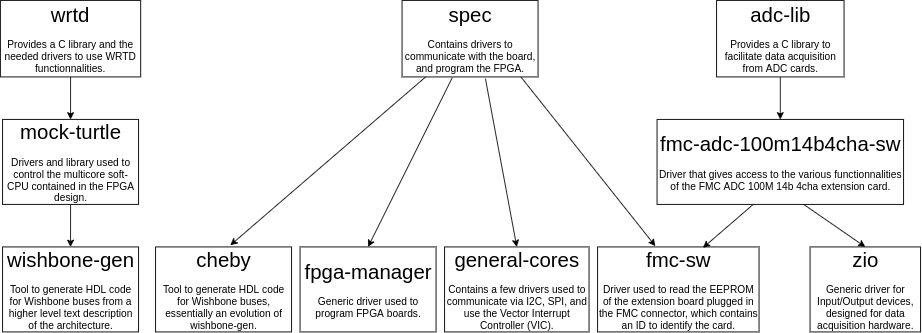
Above: wrtd_installation/dependencies.png in oscimp/WRTD-FMC-ADC (draw.io), before the change. Source tidied: cells renumbered, new cells last; positions are measured from the earlier drawing's top-left corner, leaving out a move shared by most shapes.
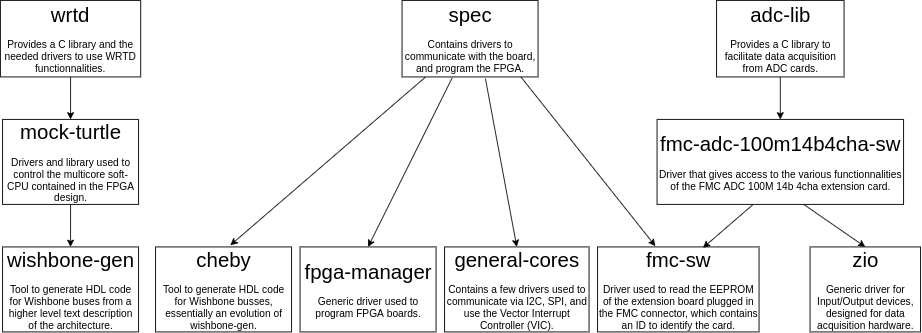
Later version of the same file.

Commit message:
List of abbreviations

Change to the diagram source:
```diff
@@ -32,7 +32,7 @@
     <mxCell id="11" value="&lt;font style=&quot;font-size: 24px&quot;&gt;spec&lt;/font&gt;&lt;br&gt;&lt;br&gt;Contains drivers to communicate with the board, and program the FPGA." style="rounded=0;whiteSpace=wrap;html=1;" parent="1" vertex="1">
       <mxGeometry x="472.5" width="160" height="90" as="geometry" />
     </mxCell>
-    <mxCell id="12" value="&lt;font style=&quot;font-size: 24px&quot;&gt;cheby&lt;br&gt;&lt;/font&gt;&lt;br&gt;Tool to generate HDL code for Wishbone buses, essentially an evolution of wishbone-gen." style="rounded=0;whiteSpace=wrap;html=1;" parent="1" vertex="1">
+    <mxCell id="12" value="&lt;font style=&quot;font-size: 24px&quot;&gt;cheby&lt;br&gt;&lt;/font&gt;&lt;br&gt;Tool to generate HDL code for Wishbone busses, essentially an evolution of wishbone-gen." style="rounded=0;whiteSpace=wrap;html=1;" parent="1" vertex="1">
       <mxGeometry x="182.5" y="290" width="160" height="100" as="geometry" />
     </mxCell>
     <mxCell id="13" value="&lt;font style=&quot;font-size: 24px&quot;&gt;general-cores&lt;br&gt;&lt;/font&gt;&lt;br&gt;Contains a few drivers used to communicate via I2C, SPI, and use the Vector Interrupt Controller (VIC)." style="rounded=0;whiteSpace=wrap;html=1;" parent="1" vertex="1">
```
